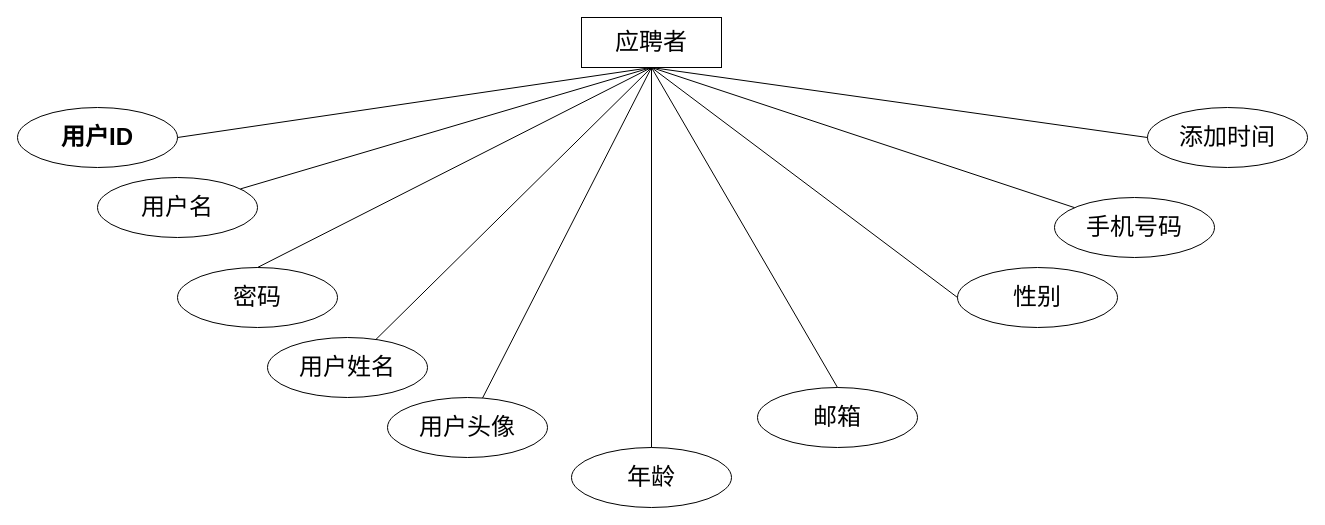
The draw.io diagram page "第 7 页" (7 of 16) of 未命名绘图.drawio in sangqiwei/sangqiwei, before the edit. Source tidied: cells renumbered, new cells numbered last; positions are measured from the earlier drawing's top-left corner, leaving out a move shared by most shapes. Both pictures are drawn from the tidied source at 100%, with x=0, y=0 at pixel (17, 17).
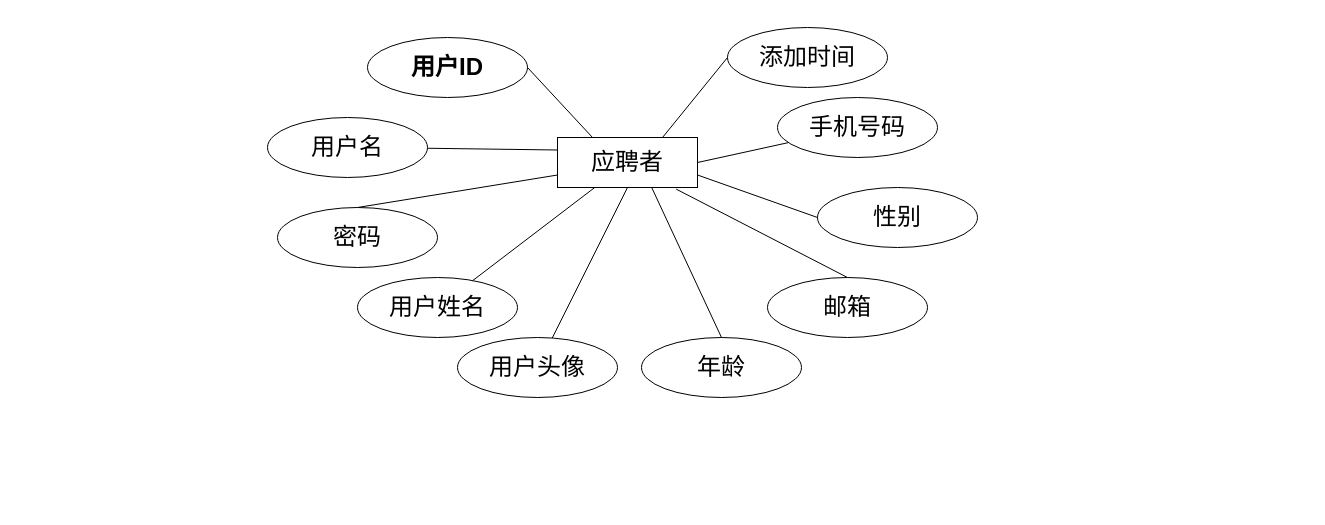
The same diagram, later.

What changed in the source:
```diff
@@
     <mxCell id="2" value="&lt;font style=&quot;font-size: 24px;&quot;&gt;应聘者&lt;/font&gt;" style="whiteSpace=wrap;html=1;align=center;" parent="1" vertex="1">
-      <mxGeometry x="564" width="140" height="50" as="geometry" />
+      <mxGeometry x="540" y="120" width="140" height="50" as="geometry" />
     </mxCell>
     <mxCell id="3" value="&lt;font style=&quot;font-size: 24px;&quot;&gt;用户ID&lt;/font&gt;" style="ellipse;whiteSpace=wrap;html=1;align=center;fontStyle=1;" parent="1" vertex="1">
-      <mxGeometry y="90" width="160" height="60" as="geometry" />
+      <mxGeometry x="350" y="20" width="160" height="60" as="geometry" />
     </mxCell>
     <mxCell id="4" value="&lt;font style=&quot;font-size: 24px;&quot;&gt;用户名&lt;/font&gt;" style="ellipse;whiteSpace=wrap;html=1;align=center;" parent="1" vertex="1">
-      <mxGeometry x="80" y="160" width="160" height="60" as="geometry" />
+      <mxGeometry x="250" y="100" width="160" height="60" as="geometry" />
     </mxCell>
     <mxCell id="5" value="&lt;font style=&quot;font-size: 24px;&quot;&gt;密码&lt;/font&gt;" style="ellipse;whiteSpace=wrap;html=1;align=center;" parent="1" vertex="1">
-      <mxGeometry x="160" y="250" width="160" height="60" as="geometry" />
+      <mxGeometry x="260" y="190" width="160" height="60" as="geometry" />
     </mxCell>
     <mxCell id="6" value="&lt;span style=&quot;font-size: 24px;&quot;&gt;用户姓名&lt;/span&gt;" style="ellipse;whiteSpace=wrap;html=1;align=center;" parent="1" vertex="1">
-      <mxGeometry x="250" y="320" width="160" height="60" as="geometry" />
+      <mxGeometry x="340" y="260" width="160" height="60" as="geometry" />
     </mxCell>
     <mxCell id="7" value="&lt;font style=&quot;font-size: 24px;&quot;&gt;用户头像&lt;/font&gt;" style="ellipse;whiteSpace=wrap;html=1;align=center;" parent="1" vertex="1">
-      <mxGeometry x="370" y="380" width="160" height="60" as="geometry" />
+      <mxGeometry x="440" y="320" width="160" height="60" as="geometry" />
     </mxCell>
     <mxCell id="8" value="&lt;font style=&quot;font-size: 24px;&quot;&gt;年龄&lt;/font&gt;" style="ellipse;whiteSpace=wrap;html=1;align=center;" parent="1" vertex="1">
-      <mxGeometry x="554" y="430" width="160" height="60" as="geometry" />
+      <mxGeometry x="624" y="320" width="160" height="60" as="geometry" />
     </mxCell>
     <mxCell id="9" value="&lt;font style=&quot;font-size: 24px;&quot;&gt;性别&lt;/font&gt;" style="ellipse;whiteSpace=wrap;html=1;align=center;" parent="1" vertex="1">
-      <mxGeometry x="940" y="250" width="160" height="60" as="geometry" />
+      <mxGeometry x="800" y="170" width="160" height="60" as="geometry" />
     </mxCell>
     <mxCell id="10" value="&lt;font style=&quot;font-size: 24px;&quot;&gt;手机号码&lt;/font&gt;" style="ellipse;whiteSpace=wrap;html=1;align=center;" parent="1" vertex="1">
-      <mxGeometry x="1037" y="180" width="160" height="60" as="geometry" />
+      <mxGeometry x="760" y="80" width="160" height="60" as="geometry" />
     </mxCell>
     <mxCell id="11" value="&lt;font style=&quot;font-size: 24px;&quot;&gt;邮箱&lt;/font&gt;" style="ellipse;whiteSpace=wrap;html=1;align=center;" parent="1" vertex="1">
-      <mxGeometry x="740" y="370" width="160" height="60" as="geometry" />
+      <mxGeometry x="750" y="260" width="160" height="60" as="geometry" />
     </mxCell>
-    <mxCell id="12" style="endArrow=none;html=1;rounded=0;exitX=1;exitY=0.5;exitDx=0;exitDy=0;entryX=0.5;entryY=1;entryDx=0;entryDy=0;" parent="1" edge="1" source="3" target="2">
+    <mxCell id="12" style="endArrow=none;html=1;rounded=0;exitX=1;exitY=0.5;exitDx=0;exitDy=0;entryX=0.25;entryY=0;entryDx=0;entryDy=0;" parent="1" edge="1" source="3" target="2">
       <mxGeometry relative="1" as="geometry" />
     </mxCell>
-    <mxCell id="13" style="endArrow=none;html=1;rounded=0;entryX=0.5;entryY=1;entryDx=0;entryDy=0;" parent="1" edge="1" source="4" target="2">
+    <mxCell id="13" style="endArrow=none;html=1;rounded=0;entryX=0;entryY=0.25;entryDx=0;entryDy=0;" parent="1" edge="1" source="4" target="2">
       <mxGeometry relative="1" as="geometry" />
     </mxCell>
-    <mxCell id="14" style="endArrow=none;html=1;rounded=0;exitX=0.5;exitY=0;exitDx=0;exitDy=0;entryX=0.5;entryY=1;entryDx=0;entryDy=0;" parent="1" edge="1" source="5" target="2">
+    <mxCell id="14" style="endArrow=none;html=1;rounded=0;exitX=0.5;exitY=0;exitDx=0;exitDy=0;entryX=0;entryY=0.75;entryDx=0;entryDy=0;" parent="1" edge="1" source="5" target="2">
       <mxGeometry relative="1" as="geometry" />
     </mxCell>
-    <mxCell id="15" style="endArrow=none;html=1;rounded=0;entryX=0.5;entryY=1;entryDx=0;entryDy=0;" parent="1" edge="1" source="6" target="2">
+    <mxCell id="15" style="endArrow=none;html=1;rounded=0;" parent="1" edge="1" source="6" target="2">
       <mxGeometry relative="1" as="geometry" />
     </mxCell>
@@
-    <mxCell id="17" style="endArrow=none;html=1;rounded=0;exitX=0.5;exitY=0;exitDx=0;exitDy=0;entryX=0.5;entryY=1;entryDx=0;entryDy=0;" parent="1" edge="1" source="8" target="2">
+    <mxCell id="17" style="endArrow=none;html=1;rounded=0;exitX=0.5;exitY=0;exitDx=0;exitDy=0;entryX=0.674;entryY=1.007;entryDx=0;entryDy=0;entryPerimeter=0;" parent="1" edge="1" source="8" target="2">
       <mxGeometry relative="1" as="geometry" />
     </mxCell>
-    <mxCell id="18" style="endArrow=none;html=1;rounded=0;exitX=0.5;exitY=0;exitDx=0;exitDy=0;entryX=0.5;entryY=1;entryDx=0;entryDy=0;" parent="1" edge="1" source="11" target="2">
+    <mxCell id="18" style="endArrow=none;html=1;rounded=0;exitX=0.5;exitY=0;exitDx=0;exitDy=0;entryX=0.848;entryY=1.033;entryDx=0;entryDy=0;entryPerimeter=0;" parent="1" edge="1" source="11" target="2">
       <mxGeometry relative="1" as="geometry" />
     </mxCell>
-    <mxCell id="19" style="endArrow=none;html=1;rounded=0;exitX=0;exitY=0.5;exitDx=0;exitDy=0;entryX=0.5;entryY=1;entryDx=0;entryDy=0;" parent="1" edge="1" source="9" target="2">
+    <mxCell id="19" style="endArrow=none;html=1;rounded=0;exitX=0;exitY=0.5;exitDx=0;exitDy=0;entryX=1;entryY=0.75;entryDx=0;entryDy=0;" parent="1" edge="1" source="9" target="2">
       <mxGeometry relative="1" as="geometry" />
     </mxCell>
-    <mxCell id="20" style="endArrow=none;html=1;rounded=0;entryX=0.5;entryY=1;entryDx=0;entryDy=0;" parent="1" edge="1" source="10" target="2">
+    <mxCell id="20" style="endArrow=none;html=1;rounded=0;entryX=1;entryY=0.5;entryDx=0;entryDy=0;" parent="1" edge="1" source="10" target="2">
       <mxGeometry relative="1" as="geometry" />
     </mxCell>
     <mxCell id="21" value="&lt;font style=&quot;font-size: 24px;&quot;&gt;添加时间&lt;/font&gt;" style="ellipse;whiteSpace=wrap;html=1;align=center;" parent="1" vertex="1">
-      <mxGeometry x="1130" y="90" width="160" height="60" as="geometry" />
+      <mxGeometry x="710" y="10" width="160" height="60" as="geometry" />
     </mxCell>
-    <mxCell id="22" style="endArrow=none;html=1;rounded=0;exitX=0;exitY=0.5;exitDx=0;exitDy=0;entryX=0.5;entryY=1;entryDx=0;entryDy=0;" parent="1" edge="1" source="21" target="2">
+    <mxCell id="22" style="endArrow=none;html=1;rounded=0;exitX=0;exitY=0.5;exitDx=0;exitDy=0;entryX=0.75;entryY=0;entryDx=0;entryDy=0;" parent="1" edge="1" source="21" target="2">
       <mxGeometry relative="1" as="geometry" />
     </mxCell>
```
